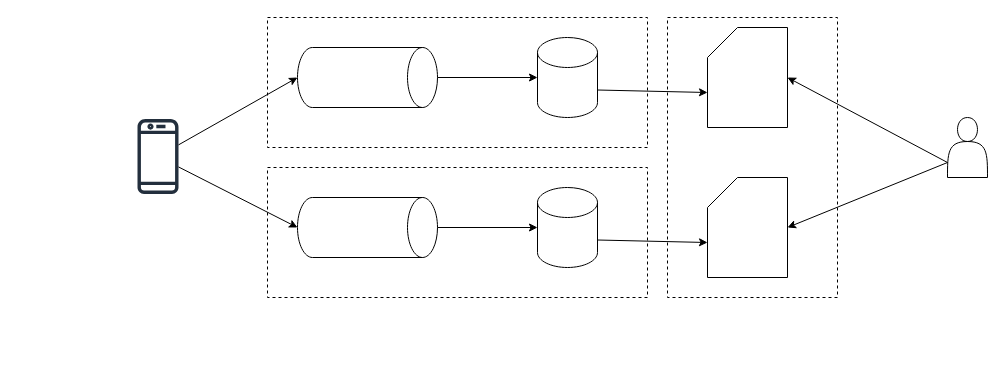
Earlier version of the draw.io diagram bigdata.drawio (jayanthkmr/architecture-diagrams). Source tidied: cells renumbered, new cells numbered last; positions are measured from the earlier drawing's top-left corner, leaving out a move shared by most shapes. Both pictures are drawn from the tidied source at 100%, with x=0, y=0 at pixel (137, 7).
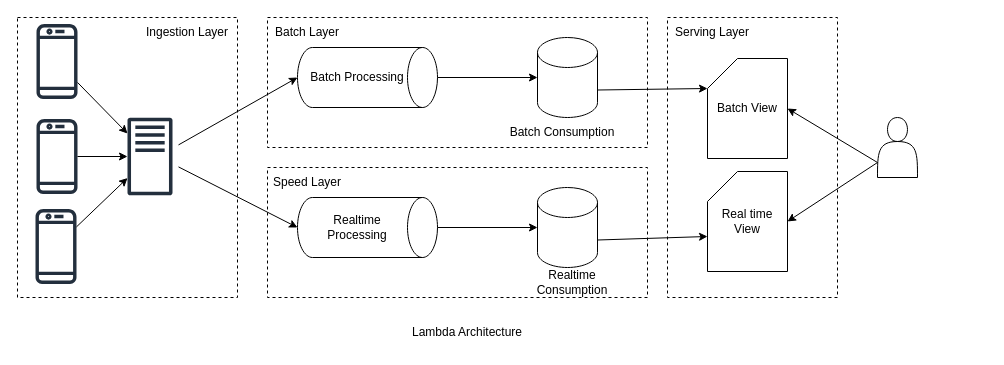
The same page after the edit.

Unchanged cells that the change refers to:
```xml
<mxCell id="6" style="shape=cylinder3;whiteSpace=wrap;html=1;boundedLbl=1;backgroundOutline=1;size=15;rotation=90;" parent="1" vertex="1">
  <mxGeometry x="200" width="60" height="140" as="geometry" />
</mxCell>
<mxCell id="7" style="shape=cylinder3;whiteSpace=wrap;html=1;boundedLbl=1;backgroundOutline=1;size=15;rotation=90;" parent="1" vertex="1">
  <mxGeometry x="200" y="150" width="60" height="140" as="geometry" />
</mxCell>
<mxCell id="8" style="shape=cylinder3;whiteSpace=wrap;html=1;boundedLbl=1;backgroundOutline=1;size=15;" parent="1" vertex="1">
  <mxGeometry x="400" y="30" width="60" height="80" as="geometry" />
</mxCell>
```

Change to the diagram source:
```diff
@@
+    <mxCell id="21" style="rounded=0;whiteSpace=wrap;html=1;dashed=1;" parent="1" vertex="1">
+      <mxGeometry x="-120" y="10" width="220" height="280" as="geometry" />
+    </mxCell>
@@
-    <mxCell id="5" style="sketch=0;outlineConnect=0;fontColor=#232F3E;gradientColor=none;fillColor=#232F3D;strokeColor=none;dashed=0;verticalLabelPosition=bottom;verticalAlign=top;align=center;html=1;fontSize=12;fontStyle=0;shape=mxgraph.aws4.mobile_client;" parent="1" vertex="1">
-      <mxGeometry y="110" width="41" height="78" as="geometry" />
-    </mxCell>
@@
-    <mxCell id="10" style="shape=card;whiteSpace=wrap;html=1;" parent="1" vertex="1">
-      <mxGeometry x="570" y="20" width="80" height="100" as="geometry" />
+    <mxCell id="10" value="Batch View" style="shape=card;whiteSpace=wrap;html=1;" parent="1" vertex="1">
+      <mxGeometry x="570" y="51" width="80" height="100" as="geometry" />
     </mxCell>
-    <mxCell id="11" style="shape=card;whiteSpace=wrap;html=1;" parent="1" vertex="1">
-      <mxGeometry x="570" y="170" width="80" height="100" as="geometry" />
+    <mxCell id="11" value="Real time View" style="shape=card;whiteSpace=wrap;html=1;" parent="1" vertex="1">
+      <mxGeometry x="570" y="164" width="80" height="100" as="geometry" />
     </mxCell>
-    <mxCell id="12" style="endArrow=classic;html=1;rounded=0;entryX=0.5;entryY=1;entryDx=0;entryDy=0;entryPerimeter=0;" parent="1" edge="1" source="5" target="6">
-      <mxGeometry relative="1" as="geometry" />
+    <mxCell id="12" style="endArrow=classic;html=1;rounded=0;entryX=0.5;entryY=1;entryDx=0;entryDy=0;entryPerimeter=0;" parent="1" edge="1" target="6">
+      <mxGeometry relative="1" as="geometry">
+        <mxPoint x="41" y="137.4" as="sourcePoint" />
+      </mxGeometry>
     </mxCell>
-    <mxCell id="13" style="endArrow=classic;html=1;rounded=0;entryX=0.5;entryY=1;entryDx=0;entryDy=0;entryPerimeter=0;" parent="1" edge="1" source="5" target="7">
-      <mxGeometry relative="1" as="geometry" />
+    <mxCell id="13" style="endArrow=classic;html=1;rounded=0;entryX=0.5;entryY=1;entryDx=0;entryDy=0;entryPerimeter=0;" parent="1" edge="1" target="7">
+      <mxGeometry relative="1" as="geometry">
+        <mxPoint x="41" y="159.4" as="sourcePoint" />
+      </mxGeometry>
     </mxCell>
@@
-    <mxCell id="16" style="endArrow=classic;html=1;rounded=0;exitX=1;exitY=0;exitDx=0;exitDy=52.5;exitPerimeter=0;entryX=0;entryY=0;entryDx=0;entryDy=65;entryPerimeter=0;" parent="1" edge="1" source="8" target="10">
+    <mxCell id="16" style="endArrow=classic;html=1;rounded=0;exitX=1;exitY=0;exitDx=0;exitDy=52.5;exitPerimeter=0;entryX=0;entryY=0;entryDx=0;entryDy=30;entryPerimeter=0;" parent="1" edge="1" source="8" target="10">
       <mxGeometry relative="1" as="geometry" />
     </mxCell>
@@
     <mxCell id="18" style="shape=actor;whiteSpace=wrap;html=1;" parent="1" vertex="1">
-      <mxGeometry x="810" y="110" width="40" height="60" as="geometry" />
+      <mxGeometry x="740" y="110" width="40" height="60" as="geometry" />
     </mxCell>
@@
+    <mxCell id="22" value="Batch Processing" style="text;html=1;align=center;verticalAlign=middle;whiteSpace=wrap;rounded=0;" parent="1" vertex="1">
+      <mxGeometry x="170" y="55" width="100" height="30" as="geometry" />
+    </mxCell>
+    <mxCell id="23" value="Batch Consumption" style="text;html=1;align=center;verticalAlign=middle;whiteSpace=wrap;rounded=0;" parent="1" vertex="1">
+      <mxGeometry x="370" y="110" width="110" height="30" as="geometry" />
+    </mxCell>
+    <mxCell id="24" value="Realtime Consumption" style="text;html=1;align=center;verticalAlign=middle;whiteSpace=wrap;rounded=0;" parent="1" vertex="1">
+      <mxGeometry x="380" y="260" width="110" height="30" as="geometry" />
+    </mxCell>
+    <mxCell id="25" value="Realtime Processing" style="text;html=1;align=center;verticalAlign=middle;whiteSpace=wrap;rounded=0;" parent="1" vertex="1">
+      <mxGeometry x="170" y="205" width="100" height="30" as="geometry" />
+    </mxCell>
+    <mxCell id="26" value="Batch Layer" style="text;html=1;align=center;verticalAlign=middle;whiteSpace=wrap;rounded=0;" parent="1" vertex="1">
+      <mxGeometry x="130" y="10" width="80" height="30" as="geometry" />
+    </mxCell>
+    <mxCell id="27" value="Speed Layer" style="text;html=1;align=center;verticalAlign=middle;whiteSpace=wrap;rounded=0;" parent="1" vertex="1">
+      <mxGeometry x="130" y="160" width="80" height="30" as="geometry" />
+    </mxCell>
+    <mxCell id="28" value="Serving&amp;nbsp;&lt;span style=&quot;background-color: initial;&quot;&gt;Layer&lt;/span&gt;" style="text;html=1;align=center;verticalAlign=middle;whiteSpace=wrap;rounded=0;" parent="1" vertex="1">
+      <mxGeometry x="530" y="10" width="90" height="30" as="geometry" />
+    </mxCell>
+    <mxCell id="29" style="sketch=0;outlineConnect=0;fontColor=#232F3E;gradientColor=none;fillColor=#232F3D;strokeColor=none;dashed=0;verticalLabelPosition=bottom;verticalAlign=top;align=center;html=1;fontSize=12;fontStyle=0;shape=mxgraph.aws4.traditional_server;" parent="1" vertex="1">
+      <mxGeometry x="-10" y="110" width="45" height="78" as="geometry" />
+    </mxCell>
+    <mxCell id="30" style="sketch=0;outlineConnect=0;fontColor=#232F3E;gradientColor=none;fillColor=#232F3D;strokeColor=none;dashed=0;verticalLabelPosition=bottom;verticalAlign=top;align=center;html=1;fontSize=12;fontStyle=0;shape=mxgraph.aws4.mobile_client;" parent="1" vertex="1">
+      <mxGeometry x="-101" y="15" width="41" height="78" as="geometry" />
+    </mxCell>
+    <mxCell id="31" style="sketch=0;outlineConnect=0;fontColor=#232F3E;gradientColor=none;fillColor=#232F3D;strokeColor=none;dashed=0;verticalLabelPosition=bottom;verticalAlign=top;align=center;html=1;fontSize=12;fontStyle=0;shape=mxgraph.aws4.mobile_client;" parent="1" vertex="1">
+      <mxGeometry x="-101" y="110" width="41" height="78" as="geometry" />
+    </mxCell>
+    <mxCell id="32" style="sketch=0;outlineConnect=0;fontColor=#232F3E;gradientColor=none;fillColor=#232F3D;strokeColor=none;dashed=0;verticalLabelPosition=bottom;verticalAlign=top;align=center;html=1;fontSize=12;fontStyle=0;shape=mxgraph.aws4.mobile_client;" parent="1" vertex="1">
+      <mxGeometry x="-102" y="200" width="41" height="78" as="geometry" />
+    </mxCell>
+    <mxCell id="33" style="endArrow=classic;html=1;rounded=0;" parent="1" edge="1" source="30" target="29">
+      <mxGeometry relative="1" as="geometry" />
+    </mxCell>
+    <mxCell id="34" style="endArrow=classic;html=1;rounded=0;" parent="1" edge="1" source="31" target="29">
+      <mxGeometry relative="1" as="geometry" />
+    </mxCell>
+    <mxCell id="35" style="endArrow=classic;html=1;rounded=0;" parent="1" edge="1" source="32" target="29">
+      <mxGeometry relative="1" as="geometry" />
+    </mxCell>
+    <mxCell id="36" value="Ingestion Layer" style="text;html=1;align=center;verticalAlign=middle;whiteSpace=wrap;rounded=0;" parent="1" vertex="1">
+      <mxGeometry y="10" width="100" height="30" as="geometry" />
+    </mxCell>
+    <mxCell id="37" value="Lambda Architecture" style="text;html=1;align=center;verticalAlign=middle;whiteSpace=wrap;rounded=0;" parent="1" vertex="1">
+      <mxGeometry x="250" y="310" width="160" height="30" as="geometry" />
+    </mxCell>
```
